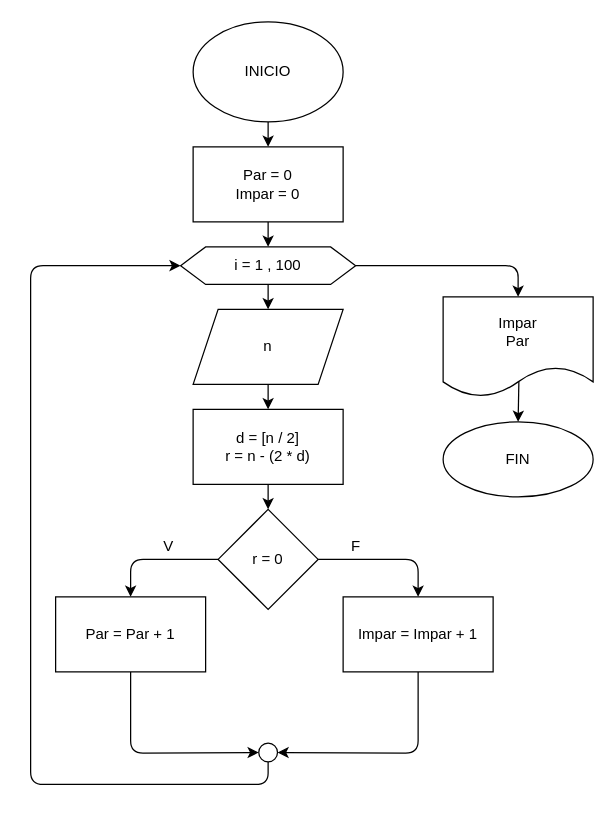
Earlier version of the draw.io diagram Pares e impares/diagrama.drawio (KarenCortes2224652/Ejercicios-For). Source tidied: cells renumbered, new cells numbered last; positions are measured from the earlier drawing's top-left corner, leaving out a move shared by most shapes. Both pictures are drawn from the tidied source at 125%, with x=0, y=0 at pixel (30, 21).
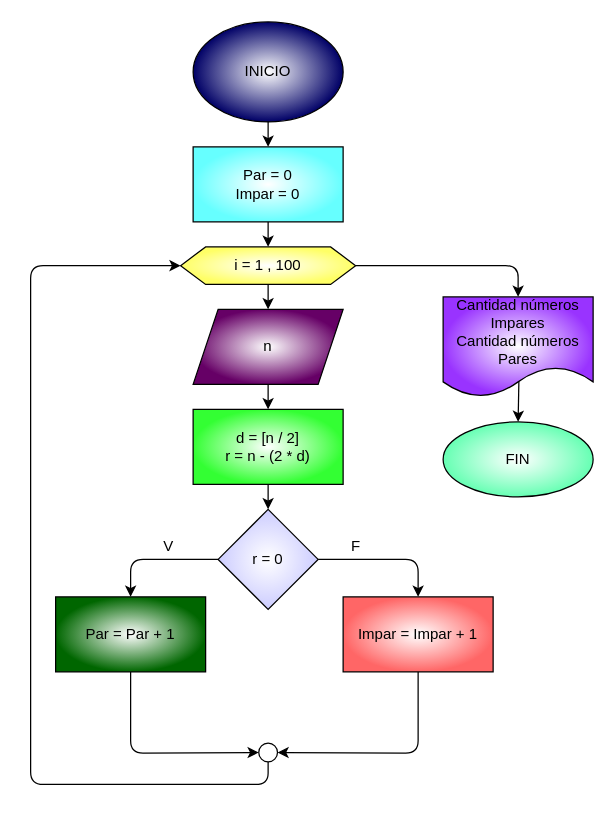
The same diagram, later.

The edit, as a diff of the source:
```diff
@@
-    <mxCell id="3" value="INICIO" style="ellipse;whiteSpace=wrap;html=1;" parent="1" vertex="1">
+    <mxCell id="3" value="INICIO" style="ellipse;whiteSpace=wrap;html=1;gradientColor=#000066;fillColor=default;gradientDirection=radial;" parent="1" vertex="1">
       <mxGeometry x="130" width="120" height="80" as="geometry" />
     </mxCell>
@@
-    <mxCell id="5" value="Par = 0&lt;br&gt;Impar = 0" style="whiteSpace=wrap;html=1;" parent="1" vertex="1">
+    <mxCell id="5" value="Par = 0&lt;br&gt;Impar = 0" style="whiteSpace=wrap;html=1;gradientColor=#66FFFF;gradientDirection=radial;" parent="1" vertex="1">
       <mxGeometry x="130" y="100" width="120" height="60" as="geometry" />
     </mxCell>
@@
-    <mxCell id="8" value="i = 1 , 100" style="shape=hexagon;perimeter=hexagonPerimeter2;whiteSpace=wrap;html=1;fixedSize=1;" parent="1" vertex="1">
+    <mxCell id="8" value="i = 1 , 100" style="shape=hexagon;perimeter=hexagonPerimeter2;whiteSpace=wrap;html=1;fixedSize=1;gradientColor=#FFFF66;gradientDirection=radial;" parent="1" vertex="1">
       <mxGeometry x="120" y="180" width="140" height="30" as="geometry" />
     </mxCell>
@@
-    <mxCell id="10" value="n" style="shape=parallelogram;perimeter=parallelogramPerimeter;whiteSpace=wrap;html=1;fixedSize=1;" parent="1" vertex="1">
+    <mxCell id="10" value="n" style="shape=parallelogram;perimeter=parallelogramPerimeter;whiteSpace=wrap;html=1;fixedSize=1;gradientColor=#660066;gradientDirection=radial;" parent="1" vertex="1">
       <mxGeometry x="130" y="230" width="120" height="60" as="geometry" />
     </mxCell>
@@
-    <mxCell id="12" value="d = [n / 2]&lt;br&gt;r = n - (2 * d)" style="whiteSpace=wrap;html=1;" parent="1" vertex="1">
+    <mxCell id="12" value="d = [n / 2]&lt;br&gt;r = n - (2 * d)" style="whiteSpace=wrap;html=1;gradientColor=#33FF33;gradientDirection=radial;" parent="1" vertex="1">
       <mxGeometry x="130" y="310" width="120" height="60" as="geometry" />
     </mxCell>
@@
-    <mxCell id="15" value="r = 0" style="rhombus;whiteSpace=wrap;html=1;" parent="1" vertex="1">
+    <mxCell id="15" value="r = 0" style="rhombus;whiteSpace=wrap;html=1;gradientColor=#CCCCFF;gradientDirection=radial;" parent="1" vertex="1">
       <mxGeometry x="150" y="390" width="80" height="80" as="geometry" />
     </mxCell>
@@
-    <mxCell id="17" value="Par = Par + 1" style="whiteSpace=wrap;html=1;" parent="1" vertex="1">
+    <mxCell id="17" value="Par = Par + 1" style="whiteSpace=wrap;html=1;gradientColor=#006600;gradientDirection=radial;" parent="1" vertex="1">
       <mxGeometry x="20" y="460" width="120" height="60" as="geometry" />
     </mxCell>
@@
-    <mxCell id="20" value="Impar = Impar + 1" style="whiteSpace=wrap;html=1;" parent="1" vertex="1">
+    <mxCell id="20" value="Impar = Impar + 1" style="whiteSpace=wrap;html=1;gradientColor=#FF6666;gradientDirection=radial;" parent="1" vertex="1">
       <mxGeometry x="250" y="460" width="120" height="60" as="geometry" />
     </mxCell>
@@
-    <mxCell id="23" value="Impar&lt;br&gt;Par" style="shape=document;whiteSpace=wrap;html=1;boundedLbl=1;" parent="1" vertex="1">
+    <mxCell id="23" value="Cantidad números Impares&lt;br&gt;Cantidad números Pares" style="shape=document;whiteSpace=wrap;html=1;boundedLbl=1;gradientColor=#9933FF;gradientDirection=radial;" parent="1" vertex="1">
       <mxGeometry x="330" y="220" width="120" height="80" as="geometry" />
     </mxCell>
-    <mxCell id="24" value="FIN" style="ellipse;whiteSpace=wrap;html=1;" parent="1" vertex="1">
+    <mxCell id="24" value="FIN" style="ellipse;whiteSpace=wrap;html=1;gradientColor=#66FFB3;gradientDirection=radial;" parent="1" vertex="1">
       <mxGeometry x="330" y="320" width="120" height="60" as="geometry" />
     </mxCell>
```
